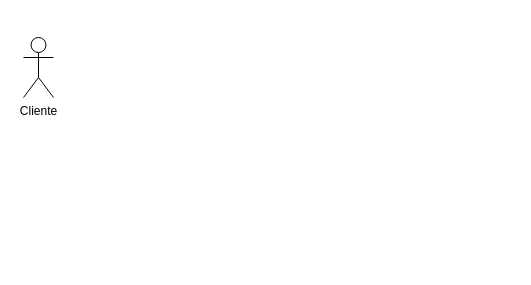
Earlier version of the draw.io diagram UseCasepurchaseRefund.drawio (SamyaKetully/AulaTadFila). Source tidied: cells renumbered, new cells numbered last; positions are measured from the earlier drawing's top-left corner, leaving out a move shared by most shapes. Both pictures are drawn from the tidied source at 100%, with x=0, y=0 at pixel (23, 37).
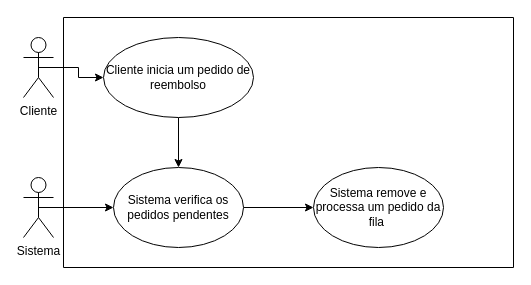
After the change.

The edit, as a diff of the source:
```diff
@@
 <mxGraphModel>
   <root>
     <mxCell id="0" />
     <mxCell id="1" parent="0" />
+    <mxCell id="3" style="edgeStyle=orthogonalEdgeStyle;rounded=0;jettySize=auto;html=1;exitX=0.5;exitY=0.5;exitDx=0;exitDy=0;exitPerimeter=0;entryX=0;entryY=0.5;entryDx=0;entryDy=0;" parent="1" edge="1" source="2" target="11">
+      <mxGeometry relative="1" as="geometry" />
+    </mxCell>
     <mxCell id="2" value="Cliente" style="shape=umlActor;verticalLabelPosition=bottom;verticalAlign=top;html=1;outlineConnect=0;" parent="1" vertex="1">
       <mxGeometry width="30" height="60" as="geometry" />
     </mxCell>
+    <mxCell id="4" style="edgeStyle=orthogonalEdgeStyle;rounded=0;jettySize=auto;html=1;entryX=0.5;entryY=0;entryDx=0;entryDy=0;" parent="1" edge="1" source="11" target="8">
+      <mxGeometry relative="1" as="geometry" />
+    </mxCell>
+    <mxCell id="5" style="edgeStyle=orthogonalEdgeStyle;rounded=0;jettySize=auto;html=1;exitX=0.5;exitY=0.5;exitDx=0;exitDy=0;exitPerimeter=0;entryX=0;entryY=0.5;entryDx=0;entryDy=0;" parent="1" edge="1" source="6" target="8">
+      <mxGeometry relative="1" as="geometry" />
+    </mxCell>
+    <mxCell id="6" value="Sistema" style="shape=umlActor;verticalLabelPosition=bottom;verticalAlign=top;html=1;outlineConnect=0;" parent="1" vertex="1">
+      <mxGeometry y="140" width="30" height="60" as="geometry" />
+    </mxCell>
+    <mxCell id="7" style="edgeStyle=orthogonalEdgeStyle;rounded=0;jettySize=auto;html=1;" parent="1" edge="1" source="8" target="10">
+      <mxGeometry relative="1" as="geometry" />
+    </mxCell>
+    <mxCell id="8" value="Sistema verifica os pedidos pendentes" style="ellipse;whiteSpace=wrap;html=1;" parent="1" vertex="1">
+      <mxGeometry x="90" y="130" width="130" height="80" as="geometry" />
+    </mxCell>
+    <mxCell id="9" style="swimlane;startSize=0;" parent="1" vertex="1">
+      <mxGeometry x="40" y="-20" width="450" height="250" as="geometry" />
+    </mxCell>
+    <mxCell id="10" value="Sistema remove e processa um pedido da fila&amp;nbsp;" style="ellipse;whiteSpace=wrap;html=1;" parent="9" vertex="1">
+      <mxGeometry x="250" y="150" width="130" height="80" as="geometry" />
+    </mxCell>
+    <mxCell id="11" value="Cliente inicia um pedido de reembolso" style="ellipse;whiteSpace=wrap;html=1;" parent="9" vertex="1">
+      <mxGeometry x="40" y="20" width="150" height="80" as="geometry" />
+    </mxCell>
   </root>
 </mxGraphModel>
```
